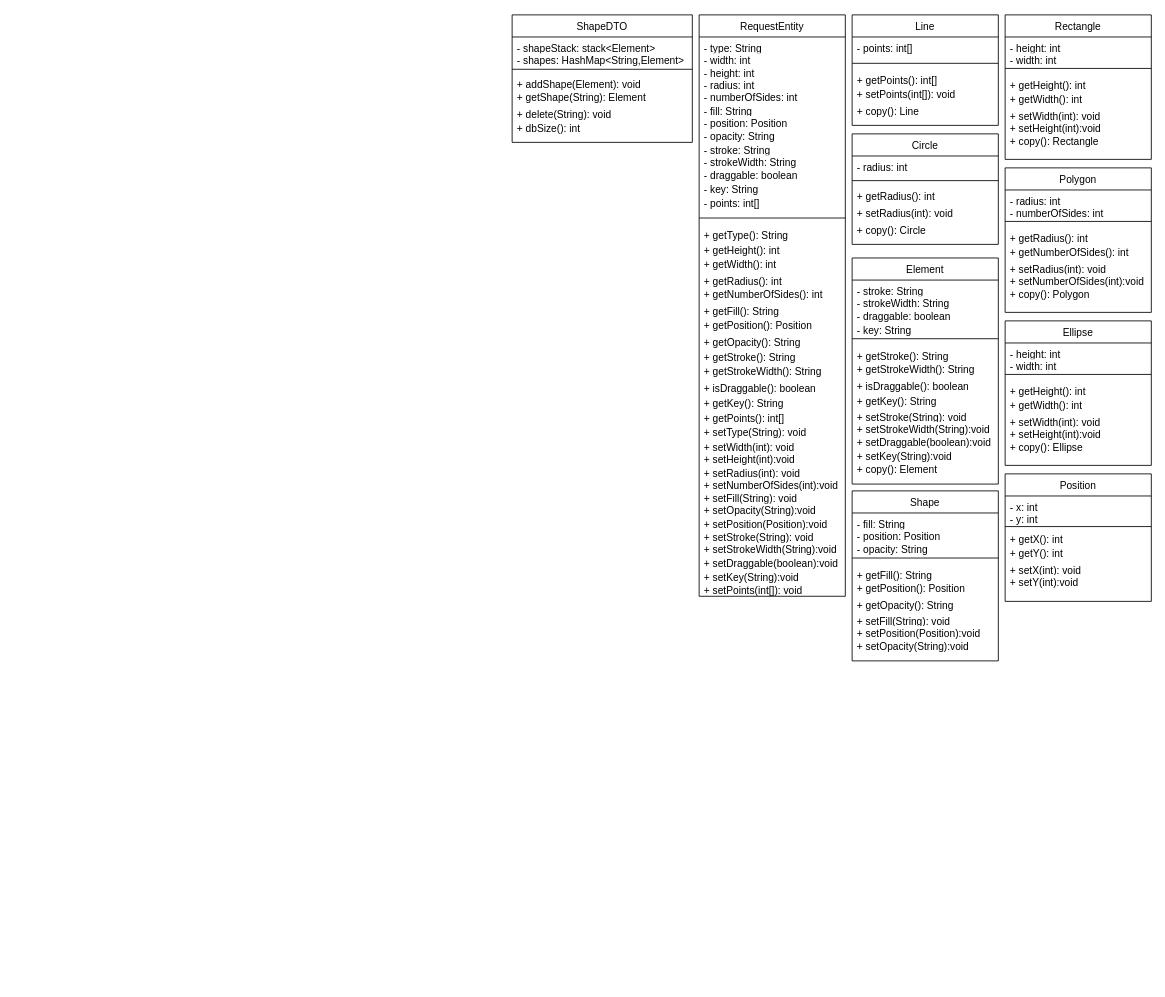
The draw.io diagram Class Diagram.drawio in shifeau/DrawingApp, before the edit. Source tidied: cells renumbered, new cells numbered last; positions are measured from the earlier drawing's top-left corner, leaving out a move shared by most shapes. Both pictures are drawn from the tidied source at 85%, with x=0, y=0 at pixel (512, 14).
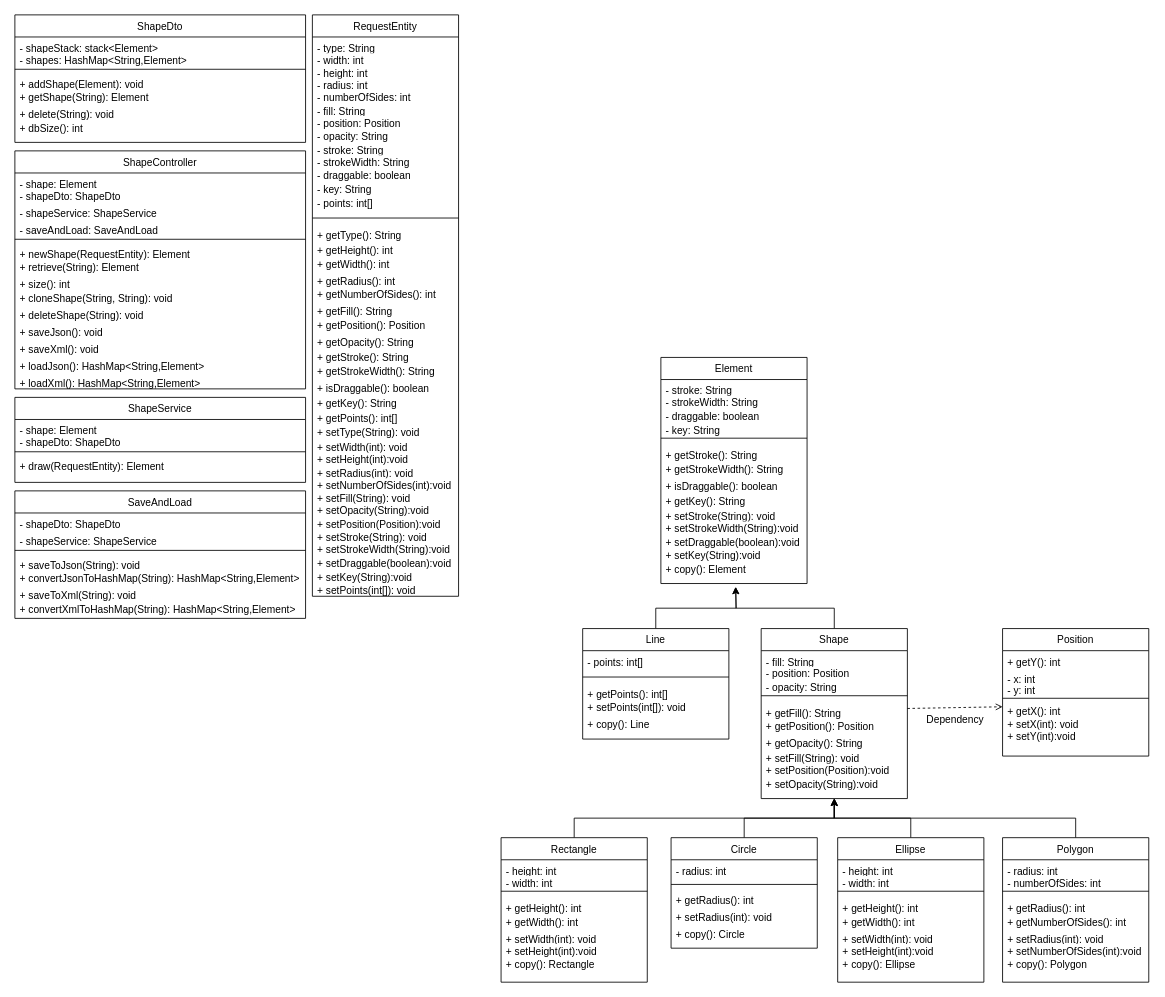
The same diagram, later.

Unchanged cells that the change refers to:
```xml
<mxCell id="69" value="+ getFill(): String" style="text;align=left;verticalAlign=top;spacingLeft=4;spacingRight=4;overflow=hidden;points=[[0,0.5],[1,0.5]];portConstraint=eastwest;" parent="64" vertex="1">
  <mxGeometry y="86" width="172" height="16" as="geometry" />
</mxCell>
```

What changed in the source:
```diff
@@
+    <mxCell id="124" style="edgeStyle=orthogonalEdgeStyle;rounded=0;jettySize=auto;html=1;exitX=0.5;exitY=0;exitDx=0;exitDy=0;entryX=0.5;entryY=1;entryDx=0;entryDy=0;" parent="1" edge="1" source="2" target="64">
+      <mxGeometry relative="1" as="geometry" />
+    </mxCell>
     <mxCell id="2" value="Rectangle" style="swimlane;fontStyle=0;align=center;verticalAlign=top;horizontal=1;startSize=26;rounded=0;shadow=0;strokeWidth=1;" parent="1" vertex="1">
-      <mxGeometry x="580" width="172" height="170" as="geometry" />
+      <mxGeometry x="-13" y="968" width="172" height="170" as="geometry" />
     </mxCell>
@@
+    <mxCell id="125" style="edgeStyle=orthogonalEdgeStyle;rounded=0;jettySize=auto;html=1;exitX=0.5;exitY=0;exitDx=0;exitDy=0;entryX=0.5;entryY=1;entryDx=0;entryDy=0;" parent="1" edge="1" source="11" target="64">
+      <mxGeometry relative="1" as="geometry" />
+    </mxCell>
     <mxCell id="11" value="Polygon" style="swimlane;fontStyle=0;align=center;verticalAlign=top;horizontal=1;startSize=26;rounded=0;shadow=0;strokeWidth=1;" parent="1" vertex="1">
-      <mxGeometry x="580" y="180" width="172" height="170" as="geometry" />
+      <mxGeometry x="577" y="968" width="172" height="170" as="geometry" />
     </mxCell>
@@
+    <mxCell id="126" style="edgeStyle=orthogonalEdgeStyle;rounded=0;jettySize=auto;html=1;entryX=0.5;entryY=1;entryDx=0;entryDy=0;" parent="1" edge="1" source="20" target="64">
+      <mxGeometry relative="1" as="geometry" />
+    </mxCell>
     <mxCell id="20" value="Ellipse" style="swimlane;fontStyle=0;align=center;verticalAlign=top;horizontal=1;startSize=26;rounded=0;shadow=0;strokeWidth=1;" parent="1" vertex="1">
-      <mxGeometry x="580" y="360" width="172" height="170" as="geometry" />
+      <mxGeometry x="383" y="968" width="172" height="170" as="geometry" />
     </mxCell>
@@
+    <mxCell id="127" style="edgeStyle=orthogonalEdgeStyle;rounded=0;jettySize=auto;html=1;exitX=0.5;exitY=0;exitDx=0;exitDy=0;" parent="1" edge="1" source="29">
+      <mxGeometry relative="1" as="geometry">
+        <mxPoint x="263" y="673" as="targetPoint" />
+      </mxGeometry>
+    </mxCell>
     <mxCell id="29" value="Line" style="swimlane;fontStyle=0;align=center;verticalAlign=top;horizontal=1;startSize=26;rounded=0;shadow=0;strokeWidth=1;" parent="1" vertex="1">
-      <mxGeometry x="400" width="172" height="130" as="geometry" />
+      <mxGeometry x="83" y="722" width="172" height="130" as="geometry" />
     </mxCell>
@@
+    <mxCell id="128" style="edgeStyle=orthogonalEdgeStyle;rounded=0;jettySize=auto;html=1;entryX=0.5;entryY=1;entryDx=0;entryDy=0;" parent="1" edge="1" source="35" target="64">
+      <mxGeometry relative="1" as="geometry" />
+    </mxCell>
     <mxCell id="35" value="Circle" style="swimlane;fontStyle=0;align=center;verticalAlign=top;horizontal=1;startSize=26;rounded=0;shadow=0;strokeWidth=1;" parent="1" vertex="1">
-      <mxGeometry x="400" y="140" width="172" height="130" as="geometry" />
+      <mxGeometry x="187" y="968" width="172" height="130" as="geometry" />
     </mxCell>
@@
     <mxCell id="41" value="Element" style="swimlane;fontStyle=0;align=center;verticalAlign=top;horizontal=1;startSize=26;rounded=0;shadow=0;strokeWidth=1;" parent="1" vertex="1">
-      <mxGeometry x="400" y="286" width="172" height="266" as="geometry" />
+      <mxGeometry x="175" y="403" width="172" height="266" as="geometry" />
     </mxCell>
@@
     <mxCell id="56" value="Position" style="swimlane;fontStyle=0;align=center;verticalAlign=top;horizontal=1;startSize=26;rounded=0;shadow=0;strokeWidth=1;" parent="1" vertex="1">
-      <mxGeometry x="580" y="540" width="172" height="150" as="geometry" />
+      <mxGeometry x="577" y="722" width="172" height="150" as="geometry" />
     </mxCell>
+    <mxCell id="61" value="+ getY(): int" style="text;align=left;verticalAlign=top;spacingLeft=4;spacingRight=4;overflow=hidden;" parent="56" vertex="1">
+      <mxGeometry y="26" width="172" height="20" as="geometry" />
+    </mxCell>
     <mxCell id="57" value="- x: int" style="text;align=left;verticalAlign=top;spacingLeft=4;spacingRight=4;overflow=hidden;" parent="56" vertex="1">
-      <mxGeometry y="26" width="172" height="14" as="geometry" />
+      <mxGeometry y="46" width="172" height="14" as="geometry" />
     </mxCell>
     <mxCell id="58" value="- y: int" style="text;align=left;verticalAlign=top;spacingLeft=4;spacingRight=4;overflow=hidden;rounded=0;shadow=0;html=0;" parent="56" vertex="1">
-      <mxGeometry y="40" width="172" height="20" as="geometry" />
+      <mxGeometry y="60" width="172" height="20" as="geometry" />
     </mxCell>
     <mxCell id="59" style="line;html=1;strokeWidth=1;align=left;verticalAlign=middle;spacingTop=-1;spacingLeft=3;spacingRight=3;labelPosition=right;" parent="56" vertex="1">
-      <mxGeometry y="60" width="172" height="4" as="geometry" />
+      <mxGeometry y="80" width="172" height="4" as="geometry" />
     </mxCell>
     <mxCell id="60" value="+ getX(): int" style="text;align=left;verticalAlign=top;spacingLeft=4;spacingRight=4;overflow=hidden;points=[[0,0.5],[1,0.5]];portConstraint=eastwest;" parent="56" vertex="1">
-      <mxGeometry y="64" width="172" height="16" as="geometry" />
+      <mxGeometry y="84" width="172" height="16" as="geometry" />
     </mxCell>
-    <mxCell id="61" value="+ getY(): int" style="text;align=left;verticalAlign=top;spacingLeft=4;spacingRight=4;overflow=hidden;" parent="56" vertex="1">
-      <mxGeometry y="80" width="172" height="20" as="geometry" />
-    </mxCell>
@@
+    <mxCell id="129" style="edgeStyle=orthogonalEdgeStyle;rounded=0;jettySize=auto;html=1;exitX=0.5;exitY=0;exitDx=0;exitDy=0;" parent="1" edge="1" source="64">
+      <mxGeometry relative="1" as="geometry">
+        <mxPoint x="263" y="673" as="targetPoint" />
+      </mxGeometry>
+    </mxCell>
     <mxCell id="64" value="Shape" style="swimlane;fontStyle=0;align=center;verticalAlign=top;horizontal=1;startSize=26;rounded=0;shadow=0;strokeWidth=1;" parent="1" vertex="1">
-      <mxGeometry x="400" y="560" width="172" height="200" as="geometry" />
+      <mxGeometry x="293" y="722" width="172" height="200" as="geometry" />
     </mxCell>
@@
     <mxCell id="75" value="RequestEntity" style="swimlane;fontStyle=0;align=center;verticalAlign=top;horizontal=1;startSize=26;rounded=0;shadow=0;strokeWidth=1;" parent="1" vertex="1">
-      <mxGeometry x="220" width="172" height="684" as="geometry" />
+      <mxGeometry x="-235" width="172" height="684" as="geometry" />
     </mxCell>
@@
-    <mxCell id="116" value="ShapeDTO" style="swimlane;fontStyle=0;align=center;verticalAlign=top;horizontal=1;startSize=26;rounded=0;shadow=0;strokeWidth=1;" parent="1" vertex="1">
-      <mxGeometry width="212" height="150" as="geometry" />
+    <mxCell id="116" value="ShapeDto" style="swimlane;fontStyle=0;align=center;verticalAlign=top;horizontal=1;startSize=26;rounded=0;shadow=0;strokeWidth=1;" parent="1" vertex="1">
+      <mxGeometry x="-585" width="342" height="150" as="geometry" />
     </mxCell>
     <mxCell id="117" value="- shapeStack: stack&lt;Element&gt;" style="text;align=left;verticalAlign=top;spacingLeft=4;spacingRight=4;overflow=hidden;" parent="116" vertex="1">
-      <mxGeometry y="26" width="212" height="14" as="geometry" />
+      <mxGeometry y="26" width="342" height="14" as="geometry" />
     </mxCell>
     <mxCell id="118" value="- shapes: HashMap&lt;String,Element&gt;" style="text;align=left;verticalAlign=top;spacingLeft=4;spacingRight=4;overflow=hidden;" parent="116" vertex="1">
-      <mxGeometry y="40" width="212" height="20" as="geometry" />
+      <mxGeometry y="40" width="342" height="20" as="geometry" />
     </mxCell>
     <mxCell id="119" style="line;html=1;strokeWidth=1;align=left;verticalAlign=middle;spacingTop=-1;spacingLeft=3;spacingRight=3;labelPosition=right;" parent="116" vertex="1">
-      <mxGeometry y="60" width="212" height="8" as="geometry" />
+      <mxGeometry y="60" width="342" height="8" as="geometry" />
     </mxCell>
     <mxCell id="120" value="+ addShape(Element): void" style="text;align=left;verticalAlign=top;spacingLeft=4;spacingRight=4;overflow=hidden;" parent="116" vertex="1">
-      <mxGeometry y="68" width="212" height="16" as="geometry" />
+      <mxGeometry y="68" width="342" height="16" as="geometry" />
     </mxCell>
     <mxCell id="121" value="+ getShape(String): Element" style="text;align=left;verticalAlign=top;spacingLeft=4;spacingRight=4;overflow=hidden;" parent="116" vertex="1">
-      <mxGeometry y="84" width="212" height="20" as="geometry" />
+      <mxGeometry y="84" width="342" height="20" as="geometry" />
     </mxCell>
     <mxCell id="122" value="+ delete(String): void" style="text;align=left;verticalAlign=top;spacingLeft=4;spacingRight=4;overflow=hidden;" parent="116" vertex="1">
-      <mxGeometry y="104" width="212" height="16" as="geometry" />
+      <mxGeometry y="104" width="342" height="16" as="geometry" />
     </mxCell>
     <mxCell id="123" value="+ dbSize(): int" style="text;align=left;verticalAlign=top;spacingLeft=4;spacingRight=4;overflow=hidden;" parent="116" vertex="1">
-      <mxGeometry y="120" width="212" height="30" as="geometry" />
+      <mxGeometry y="120" width="342" height="30" as="geometry" />
     </mxCell>
+    <mxCell id="130" value="ShapeController" style="swimlane;fontStyle=0;align=center;verticalAlign=top;horizontal=1;startSize=26;rounded=0;shadow=0;strokeWidth=1;" parent="1" vertex="1">
+      <mxGeometry x="-585" y="160" width="342" height="280" as="geometry" />
+    </mxCell>
+    <mxCell id="131" value="- shape: Element" style="text;align=left;verticalAlign=top;spacingLeft=4;spacingRight=4;overflow=hidden;" parent="130" vertex="1">
+      <mxGeometry y="26" width="342" height="14" as="geometry" />
+    </mxCell>
+    <mxCell id="132" value="- shapeDto: ShapeDto" style="text;align=left;verticalAlign=top;spacingLeft=4;spacingRight=4;overflow=hidden;" parent="130" vertex="1">
+      <mxGeometry y="40" width="342" height="20" as="geometry" />
+    </mxCell>
+    <mxCell id="133" value="- shapeService: ShapeService" style="text;align=left;verticalAlign=top;spacingLeft=4;spacingRight=4;overflow=hidden;" parent="130" vertex="1">
+      <mxGeometry y="60" width="342" height="20" as="geometry" />
+    </mxCell>
+    <mxCell id="134" value="- saveAndLoad: SaveAndLoad" style="text;align=left;verticalAlign=top;spacingLeft=4;spacingRight=4;overflow=hidden;" parent="130" vertex="1">
+      <mxGeometry y="80" width="342" height="20" as="geometry" />
+    </mxCell>
+    <mxCell id="135" style="line;html=1;strokeWidth=1;align=left;verticalAlign=middle;spacingTop=-1;spacingLeft=3;spacingRight=3;labelPosition=right;" parent="130" vertex="1">
+      <mxGeometry y="100" width="342" height="8" as="geometry" />
+    </mxCell>
+    <mxCell id="136" value="+ newShape(RequestEntity): Element" style="text;align=left;verticalAlign=top;spacingLeft=4;spacingRight=4;overflow=hidden;" parent="130" vertex="1">
+      <mxGeometry y="108" width="342" height="16" as="geometry" />
+    </mxCell>
+    <mxCell id="137" value="+ retrieve(String): Element" style="text;align=left;verticalAlign=top;spacingLeft=4;spacingRight=4;overflow=hidden;" parent="130" vertex="1">
+      <mxGeometry y="124" width="342" height="20" as="geometry" />
+    </mxCell>
+    <mxCell id="138" value="+ size(): int" style="text;align=left;verticalAlign=top;spacingLeft=4;spacingRight=4;overflow=hidden;" parent="130" vertex="1">
+      <mxGeometry y="144" width="342" height="16" as="geometry" />
+    </mxCell>
+    <mxCell id="139" value="+ cloneShape(String, String): void" style="text;align=left;verticalAlign=top;spacingLeft=4;spacingRight=4;overflow=hidden;" parent="130" vertex="1">
+      <mxGeometry y="160" width="342" height="20" as="geometry" />
+    </mxCell>
+    <mxCell id="140" value="+ deleteShape(String): void" style="text;align=left;verticalAlign=top;spacingLeft=4;spacingRight=4;overflow=hidden;" parent="130" vertex="1">
+      <mxGeometry y="180" width="342" height="20" as="geometry" />
+    </mxCell>
+    <mxCell id="141" value="+ saveJson(): void" style="text;align=left;verticalAlign=top;spacingLeft=4;spacingRight=4;overflow=hidden;" parent="130" vertex="1">
+      <mxGeometry y="200" width="342" height="20" as="geometry" />
+    </mxCell>
+    <mxCell id="142" value="+ saveXml(): void" style="text;align=left;verticalAlign=top;spacingLeft=4;spacingRight=4;overflow=hidden;" parent="130" vertex="1">
+      <mxGeometry y="220" width="342" height="20" as="geometry" />
+    </mxCell>
+    <mxCell id="143" value="+ loadJson(): HashMap&lt;String,Element&gt;" style="text;align=left;verticalAlign=top;spacingLeft=4;spacingRight=4;overflow=hidden;" parent="130" vertex="1">
+      <mxGeometry y="240" width="342" height="20" as="geometry" />
+    </mxCell>
+    <mxCell id="144" value="+ loadXml(): HashMap&lt;String,Element&gt;" style="text;align=left;verticalAlign=top;spacingLeft=4;spacingRight=4;overflow=hidden;" parent="130" vertex="1">
+      <mxGeometry y="260" width="342" height="20" as="geometry" />
+    </mxCell>
+    <mxCell id="145" value="ShapeService" style="swimlane;fontStyle=0;align=center;verticalAlign=top;horizontal=1;startSize=26;rounded=0;shadow=0;strokeWidth=1;" parent="1" vertex="1">
+      <mxGeometry x="-585" y="450" width="342" height="100" as="geometry" />
+    </mxCell>
+    <mxCell id="146" value="- shape: Element" style="text;align=left;verticalAlign=top;spacingLeft=4;spacingRight=4;overflow=hidden;" parent="145" vertex="1">
+      <mxGeometry y="26" width="342" height="14" as="geometry" />
+    </mxCell>
+    <mxCell id="147" value="- shapeDto: ShapeDto" style="text;align=left;verticalAlign=top;spacingLeft=4;spacingRight=4;overflow=hidden;" parent="145" vertex="1">
+      <mxGeometry y="40" width="342" height="20" as="geometry" />
+    </mxCell>
+    <mxCell id="148" style="line;html=1;strokeWidth=1;align=left;verticalAlign=middle;spacingTop=-1;spacingLeft=3;spacingRight=3;labelPosition=right;" parent="145" vertex="1">
+      <mxGeometry y="60" width="342" height="8" as="geometry" />
+    </mxCell>
+    <mxCell id="149" value="+ draw(RequestEntity): Element" style="text;align=left;verticalAlign=top;spacingLeft=4;spacingRight=4;overflow=hidden;" parent="145" vertex="1">
+      <mxGeometry y="68" width="342" height="16" as="geometry" />
+    </mxCell>
+    <mxCell id="150" value="SaveAndLoad" style="swimlane;fontStyle=0;align=center;verticalAlign=top;horizontal=1;startSize=26;rounded=0;shadow=0;strokeWidth=1;" parent="1" vertex="1">
+      <mxGeometry x="-585" y="560" width="342" height="150" as="geometry" />
+    </mxCell>
+    <mxCell id="151" value="- shapeDto: ShapeDto" style="text;align=left;verticalAlign=top;spacingLeft=4;spacingRight=4;overflow=hidden;" parent="150" vertex="1">
+      <mxGeometry y="26" width="342" height="20" as="geometry" />
+    </mxCell>
+    <mxCell id="152" value="- shapeService: ShapeService" style="text;align=left;verticalAlign=top;spacingLeft=4;spacingRight=4;overflow=hidden;" parent="150" vertex="1">
+      <mxGeometry y="46" width="342" height="20" as="geometry" />
+    </mxCell>
+    <mxCell id="153" style="line;html=1;strokeWidth=1;align=left;verticalAlign=middle;spacingTop=-1;spacingLeft=3;spacingRight=3;labelPosition=right;" parent="150" vertex="1">
+      <mxGeometry y="66" width="342" height="8" as="geometry" />
+    </mxCell>
+    <mxCell id="154" value="+ saveToJson(String): void" style="text;align=left;verticalAlign=top;spacingLeft=4;spacingRight=4;overflow=hidden;" parent="150" vertex="1">
+      <mxGeometry y="74" width="342" height="16" as="geometry" />
+    </mxCell>
+    <mxCell id="155" value="+ convertJsonToHashMap(String): HashMap&lt;String,Element&gt;" style="text;align=left;verticalAlign=top;spacingLeft=4;spacingRight=4;overflow=hidden;" parent="150" vertex="1">
+      <mxGeometry y="90" width="342" height="20" as="geometry" />
+    </mxCell>
+    <mxCell id="156" value="+ saveToXml(String): void" style="text;align=left;verticalAlign=top;spacingLeft=4;spacingRight=4;overflow=hidden;" parent="150" vertex="1">
+      <mxGeometry y="110" width="342" height="16" as="geometry" />
+    </mxCell>
+    <mxCell id="157" value="+ convertXmlToHashMap(String): HashMap&lt;String,Element&gt;" style="text;align=left;verticalAlign=top;spacingLeft=4;spacingRight=4;overflow=hidden;" parent="150" vertex="1">
+      <mxGeometry y="126" width="342" height="20" as="geometry" />
+    </mxCell>
+    <mxCell id="158" style="endArrow=open;html=1;rounded=0;align=center;verticalAlign=bottom;dashed=1;endFill=0;labelBackgroundColor=none;exitX=1;exitY=0.5;exitDx=0;exitDy=0;entryX=0;entryY=0.5;entryDx=0;entryDy=0;" parent="1" edge="1" source="69" target="60">
+      <mxGeometry relative="1" as="geometry" />
+    </mxCell>
+    <mxCell id="159" value="Dependency" style="html=1;align=center;verticalAlign=top;labelBackgroundColor=none;" parent="158" vertex="1">
+      <mxGeometry relative="1" as="geometry" />
+    </mxCell>
```
